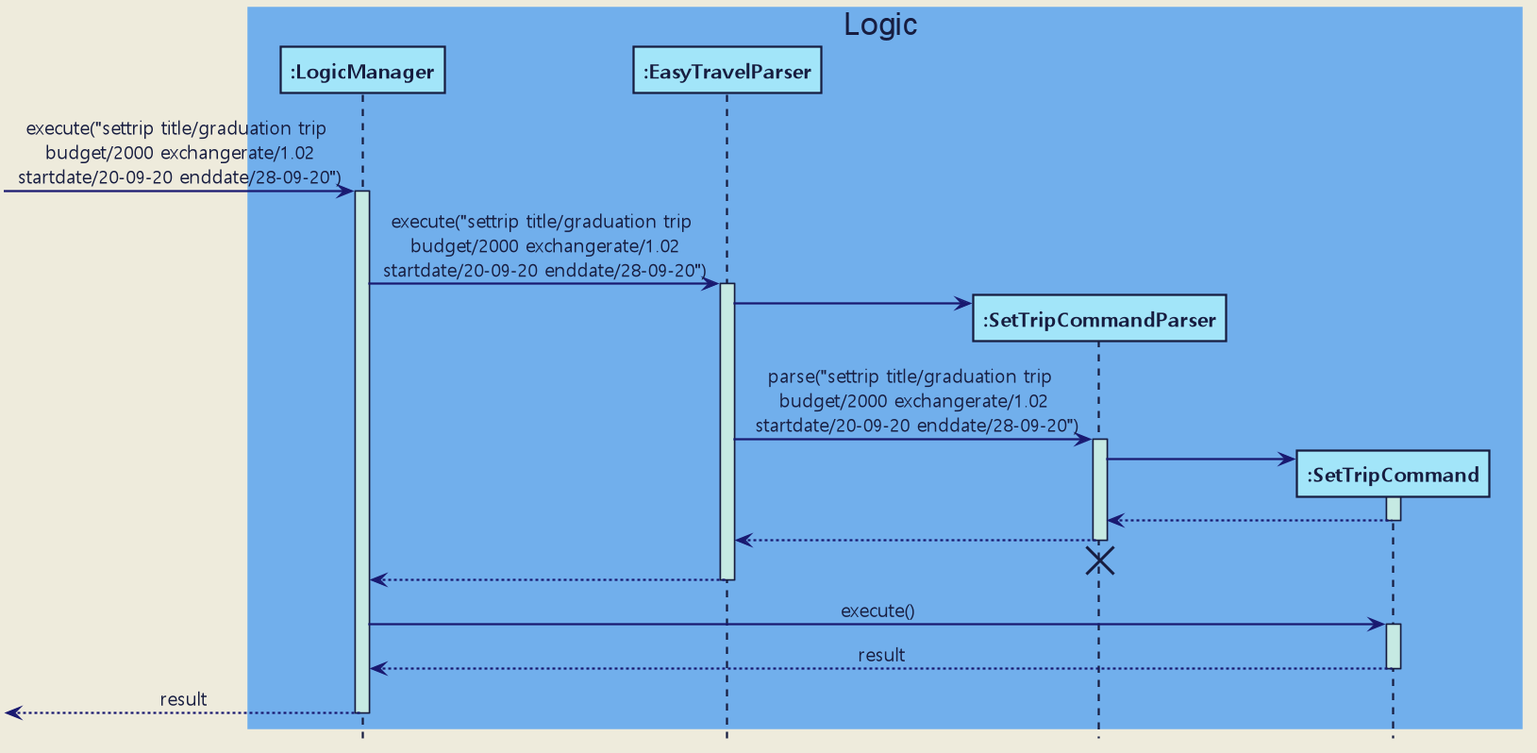
Above: docs/images/developer-guide/trip/SetTripCommandCreation.png in zenatrick/main (PlantUML), before the change.
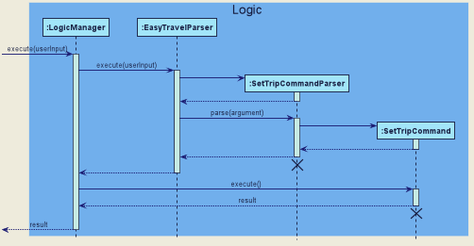
Above is the later version.

Change to the diagram source:
```diff
@@ -1,6 +1,4 @@
 @startuml
-
-
 
 
 
@@ -15,7 +13,7 @@
 
 skinparam Default {
     FontColor #171D40
-    FontName Malgun Gothic
+    FontName Arial
     TextAlignment center
 }
 
@@ -45,7 +43,7 @@
 skinparam Class {
     BorderThickness 1
     BorderColor #171D40
-    BackgroundColor MediumAquaMarine
+    BackgroundColor #A2E5F9
     AttributeFontColor MidNightBlue
     AttributeIconSize 0
     StereotypeFontColor #171D40
@@ -96,8 +94,8 @@
     EndColor #171D40
     BorderThickness 1.5
     BorderColor #171D40
-    BackgroundColor MediumAquaMarine
-    DiamondBackgroundColor MediumAquaMarine
+    BackgroundColor #A2E5F9
+    DiamondBackgroundColor #A2E5F9
     DiamondBorderColor #171D40
 }
 
@@ -111,19 +109,22 @@
 participant "**:SetTripCommand**" as SetTripCommand #A2E5F9
 end box
 
-[-> LogicManager : execute("settrip title/graduation trip \n budget/2000 exchangerate/1.02 \nstartdate/20-09-20 enddate/28-09-20")
+[-> LogicManager : execute(userInput)
 activate LogicManager
 
-LogicManager-> EtParser : execute("settrip title/graduation trip \n budget/2000 exchangerate/1.02 \nstartdate/20-09-20 enddate/28-09-20")
+LogicManager-> EtParser : execute(userInput)
 activate EtParser
 
 create SetTripCommandParser
 
 EtParser -> SetTripCommandParser
+activate SetTripCommandParser
+SetTripCommandParser --> EtParser
+deactivate SetTripCommandParser
 
 deactivate SetTripCommand
 
-EtParser -> SetTripCommandParser : parse("settrip title/graduation trip \n budget/2000 exchangerate/1.02 \n startdate/20-09-20 enddate/28-09-20")
+EtParser -> SetTripCommandParser : parse(argument)
 activate SetTripCommandParser
 
 create SetTripCommand
@@ -135,6 +136,7 @@
 
 SetTripCommandParser --> EtParser
 deactivate SetTripCommandParser
+
 
 SetTripCommandParser -[hidden]-> EtParser
 destroy SetTripCommandParser
@@ -148,6 +150,9 @@
 SetTripCommand --> LogicManager : result
 deactivate SetTripCommand
 
+SetTripCommand -[hidden]-> EtParser
+destroy SetTripCommand
+
 [<--LogicManager : result
 deactivate LogicManager
 @enduml
```
